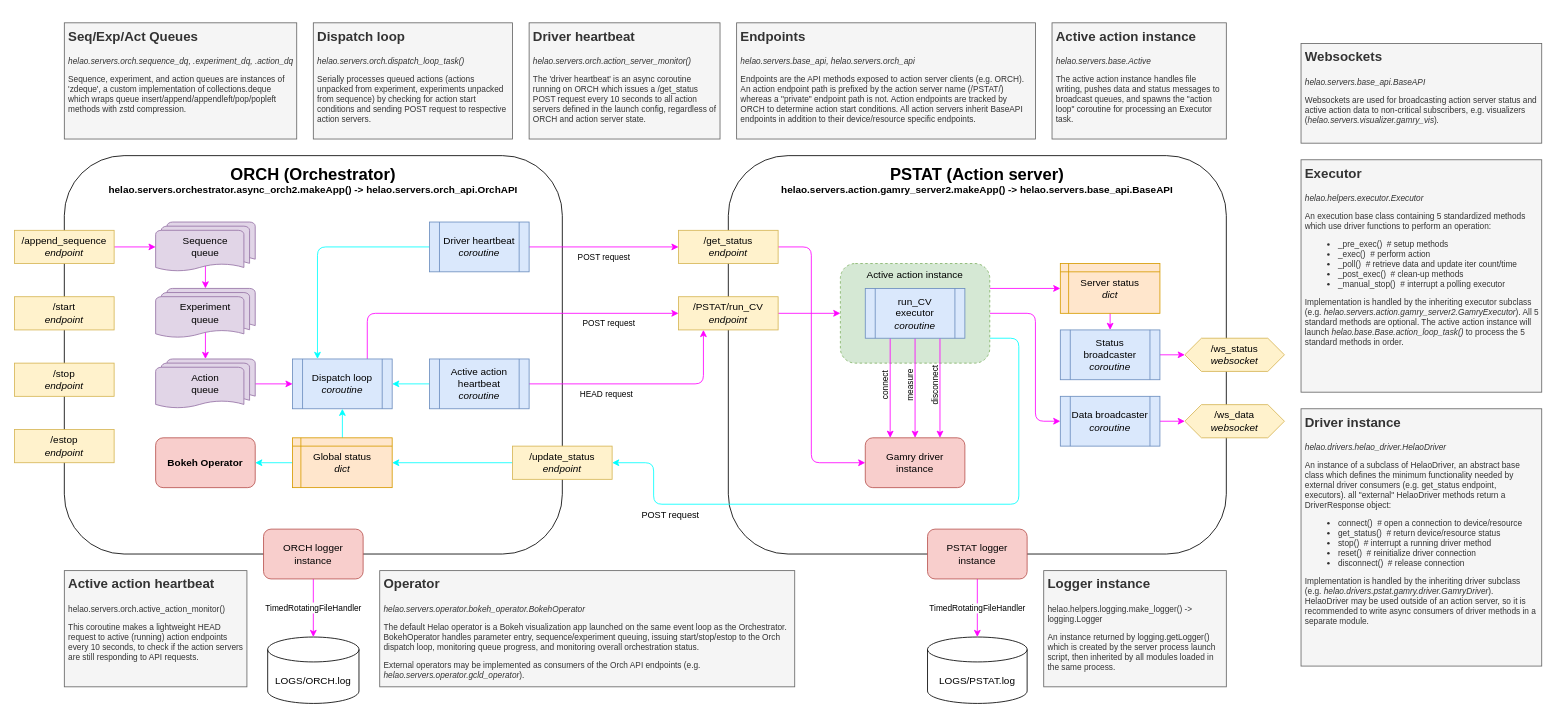
Before: helao/drivers/helao_driver.drawio in High-Throughput-Experimentation/helao-async, a draw.io diagram. Source tidied: cells renumbered, new cells numbered last; positions are measured from the earlier drawing's top-left corner, leaving out a move shared by most shapes. Both pictures are drawn from the tidied source at 83%, with x=0, y=0 at pixel (14, 22).
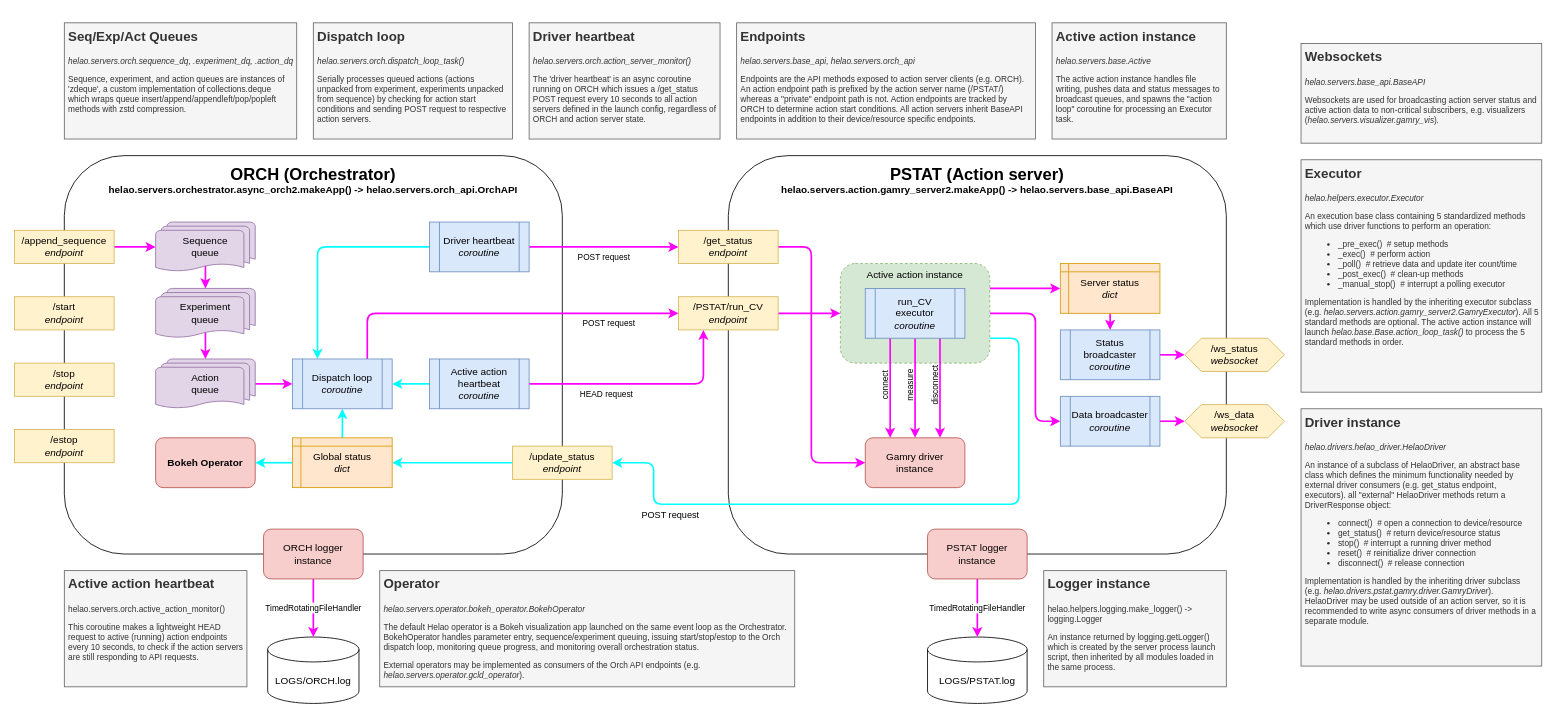
The same page after the edit.

Commit message:
chore: line size tweaks

Unchanged cells that the change refers to:
```xml
<mxCell id="8" value="Driver heartbeat&lt;br&gt;&lt;i&gt;coroutine&lt;/i&gt;" style="shape=process;whiteSpace=wrap;html=1;backgroundOutline=1;fillColor=#dae8fc;strokeColor=#6c8ebf;" parent="1" vertex="1">
  <mxGeometry x="500" y="240" width="120" height="60" as="geometry" />
</mxCell>
<mxCell id="10" value="Dispatch loop&lt;br&gt;&lt;i&gt;coroutine&lt;br&gt;&lt;/i&gt;" style="shape=process;whiteSpace=wrap;html=1;backgroundOutline=1;fillColor=#dae8fc;strokeColor=#6c8ebf;" parent="1" vertex="1">
  <mxGeometry x="335" y="405" width="120" height="60" as="geometry" />
</mxCell>
<mxCell id="12" value="Experiment&lt;br&gt;queue" style="strokeWidth=1;html=1;shape=mxgraph.flowchart.multi-document;whiteSpace=wrap;fillColor=#e1d5e7;strokeColor=#9673a6;" parent="1" vertex="1">
  <mxGeometry x="170" y="320" width="120" height="60" as="geometry" />
</mxCell>
<mxCell id="13" value="Gamry driver&lt;br&gt;instance" style="rounded=1;whiteSpace=wrap;html=1;strokeWidth=1;fillColor=#f8cecc;strokeColor=#b85450;" parent="1" vertex="1">
  <mxGeometry x="1025" y="500" width="120" height="60" as="geometry" />
</mxCell>
<mxCell id="17" value="Active action instance" style="rounded=1;whiteSpace=wrap;html=1;strokeWidth=1;verticalAlign=top;fillColor=#d5e8d4;strokeColor=#82b366;dashed=1;" parent="1" vertex="1">
  <mxGeometry x="995" y="290" width="180" height="120" as="geometry" />
</mxCell>
<mxCell id="21" value="run_CV&lt;br&gt;executor&lt;br&gt;&lt;i&gt;coroutine&lt;/i&gt;" style="shape=process;whiteSpace=wrap;html=1;backgroundOutline=1;strokeWidth=1;fillColor=#dae8fc;strokeColor=#6c8ebf;" parent="1" vertex="1">
  <mxGeometry x="1025" y="320" width="120" height="60" as="geometry" />
</mxCell>
<mxCell id="23" value="/PSTAT/run_CV&lt;br&gt;&lt;i&gt;endpoint&lt;/i&gt;" style="rounded=0;whiteSpace=wrap;html=1;strokeWidth=1;fillColor=#fff2cc;strokeColor=#d6b656;" parent="1" vertex="1">
  <mxGeometry x="800" y="330" width="120" height="40" as="geometry" />
</mxCell>
<mxCell id="25" value="/get_status&lt;br&gt;&lt;i&gt;endpoint&lt;/i&gt;" style="rounded=0;whiteSpace=wrap;html=1;strokeWidth=1;fillColor=#fff2cc;strokeColor=#d6b656;" parent="1" vertex="1">
  <mxGeometry x="800" y="250" width="120" height="40" as="geometry" />
</mxCell>
<mxCell id="28" value="Active action heartbeat&lt;br&gt;&lt;i&gt;coroutine&lt;/i&gt;" style="shape=process;whiteSpace=wrap;html=1;backgroundOutline=1;fillColor=#dae8fc;strokeColor=#6c8ebf;" parent="1" vertex="1">
  <mxGeometry x="500" y="405" width="120" height="60" as="geometry" />
</mxCell>
<mxCell id="29" value="LOGS/PSTAT.log" style="shape=cylinder3;whiteSpace=wrap;html=1;boundedLbl=1;backgroundOutline=1;size=15;strokeWidth=1;" parent="1" vertex="1">
  <mxGeometry x="1100" y="740" width="120" height="80" as="geometry" />
</mxCell>
<mxCell id="30" value="LOGS/ORCH.log" style="shape=cylinder3;whiteSpace=wrap;html=1;boundedLbl=1;backgroundOutline=1;size=15;strokeWidth=1;" parent="1" vertex="1">
  <mxGeometry x="305" y="740" width="110" height="80" as="geometry" />
</mxCell>
<mxCell id="32" value="PSTAT logger instance" style="rounded=1;whiteSpace=wrap;html=1;strokeWidth=1;fillColor=#f8cecc;strokeColor=#b85450;" parent="1" vertex="1">
  <mxGeometry x="1100" y="610" width="120" height="60" as="geometry" />
</mxCell>
<mxCell id="34" value="ORCH logger instance" style="rounded=1;whiteSpace=wrap;html=1;strokeWidth=1;fillColor=#f8cecc;strokeColor=#b85450;" parent="1" vertex="1">
  <mxGeometry x="300" y="610" width="120" height="60" as="geometry" />
</mxCell>
<mxCell id="44" value="Bokeh Operator&lt;i&gt;&lt;br&gt;&lt;span style=&quot;font-weight: normal;&quot;&gt;&lt;/span&gt;&lt;span style=&quot;font-weight: normal;&quot;&gt;&lt;/span&gt;&lt;/i&gt;" style="rounded=1;whiteSpace=wrap;html=1;fillColor=#f8cecc;strokeColor=#b85450;verticalAlign=middle;fontStyle=1;" parent="1" vertex="1">
  <mxGeometry x="170" y="500" width="120" height="60" as="geometry" />
</mxCell>
<mxCell id="47" value="/update_status&lt;br&gt;&lt;i&gt;endpoint&lt;/i&gt;" style="rounded=0;whiteSpace=wrap;html=1;strokeWidth=1;fillColor=#fff2cc;strokeColor=#d6b656;" parent="1" vertex="1">
  <mxGeometry x="600" y="510" width="120" height="40" as="geometry" />
</mxCell>
<mxCell id="49" value="Action&lt;br&gt;queue" style="strokeWidth=1;html=1;shape=mxgraph.flowchart.multi-document;whiteSpace=wrap;fillColor=#e1d5e7;strokeColor=#9673a6;" parent="1" vertex="1">
  <mxGeometry x="170" y="405" width="120" height="60" as="geometry" />
</mxCell>
<mxCell id="51" value="Sequence&lt;br&gt;queue" style="strokeWidth=1;html=1;shape=mxgraph.flowchart.multi-document;whiteSpace=wrap;fillColor=#e1d5e7;strokeColor=#9673a6;" parent="1" vertex="1">
  <mxGeometry x="170" y="240" width="120" height="60" as="geometry" />
</mxCell>
<mxCell id="53" value="/append_sequence&lt;br&gt;&lt;i&gt;endpoint&lt;/i&gt;" style="rounded=0;whiteSpace=wrap;html=1;strokeWidth=1;fillColor=#fff2cc;strokeColor=#d6b656;" parent="1" vertex="1">
  <mxGeometry y="250" width="120" height="40" as="geometry" />
</mxCell>
<mxCell id="59" value="Global status&lt;br&gt;&lt;i&gt;dict&lt;br&gt;&lt;/i&gt;" style="shape=internalStorage;whiteSpace=wrap;html=1;backgroundOutline=1;fontSize=12;dx=10;dy=10;fillColor=#ffe6cc;strokeColor=#d79b00;" parent="1" vertex="1">
  <mxGeometry x="335" y="500" width="120" height="60" as="geometry" />
</mxCell>
<mxCell id="61" value="Server status&lt;br&gt;&lt;i&gt;dict&lt;br&gt;&lt;/i&gt;" style="shape=internalStorage;whiteSpace=wrap;html=1;backgroundOutline=1;fontSize=12;dx=10;dy=10;fillColor=#ffe6cc;strokeColor=#d79b00;" parent="1" vertex="1">
  <mxGeometry x="1260" y="290" width="120" height="60" as="geometry" />
</mxCell>
<mxCell id="63" value="Status broadcaster&lt;br&gt;&lt;i&gt;coroutine&lt;/i&gt;" style="shape=process;whiteSpace=wrap;html=1;backgroundOutline=1;fillColor=#dae8fc;strokeColor=#6c8ebf;" parent="1" vertex="1">
  <mxGeometry x="1260" y="370" width="120" height="60" as="geometry" />
</mxCell>
<mxCell id="65" value="Data broadcaster&lt;br&gt;&lt;i&gt;coroutine&lt;/i&gt;" style="shape=process;whiteSpace=wrap;html=1;backgroundOutline=1;fillColor=#dae8fc;strokeColor=#6c8ebf;" parent="1" vertex="1">
  <mxGeometry x="1260" y="450" width="120" height="60" as="geometry" />
</mxCell>
<mxCell id="66" value="/ws_data&lt;br&gt;&lt;i&gt;websocket&lt;/i&gt;" style="shape=hexagon;perimeter=hexagonPerimeter2;whiteSpace=wrap;html=1;fixedSize=1;fontSize=12;fillColor=#fff2cc;strokeColor=#d6b656;" parent="1" vertex="1">
  <mxGeometry x="1410" y="460" width="120" height="40" as="geometry" />
</mxCell>
<mxCell id="67" value="/ws_status&lt;br&gt;&lt;i&gt;websocket&lt;/i&gt;" style="shape=hexagon;perimeter=hexagonPerimeter2;whiteSpace=wrap;html=1;fixedSize=1;fontSize=12;fillColor=#fff2cc;strokeColor=#d6b656;" parent="1" vertex="1">
  <mxGeometry x="1410" y="380" width="120" height="40" as="geometry" />
</mxCell>
```

Change to the diagram source:
```diff
@@
-    <mxCell id="6" value="POST request" style="edgeStyle=none;html=1;exitX=1;exitY=0.5;exitDx=0;exitDy=0;entryX=0;entryY=0.5;entryDx=0;entryDy=0;labelBackgroundColor=none;fontSize=10;verticalAlign=top;strokeColor=#FF00FF;" parent="1" edge="1" source="8" target="25">
+    <mxCell id="6" value="POST request" style="edgeStyle=none;html=1;exitX=1;exitY=0.5;exitDx=0;exitDy=0;entryX=0;entryY=0.5;entryDx=0;entryDy=0;labelBackgroundColor=none;fontSize=10;verticalAlign=top;strokeColor=#FF00FF;strokeWidth=2;" parent="1" edge="1" source="8" target="25">
       <mxGeometry relative="1" as="geometry" />
     </mxCell>
-    <mxCell id="7" style="edgeStyle=none;html=1;exitX=0;exitY=0.5;exitDx=0;exitDy=0;entryX=0.25;entryY=0;entryDx=0;entryDy=0;fontSize=12;strokeColor=#00FFFF;" parent="1" edge="1" source="8" target="10">
+    <mxCell id="7" style="edgeStyle=none;html=1;exitX=0;exitY=0.5;exitDx=0;exitDy=0;entryX=0.25;entryY=0;entryDx=0;entryDy=0;fontSize=12;strokeColor=#00FFFF;strokeWidth=2;" parent="1" edge="1" source="8" target="10">
       <mxGeometry relative="1" as="geometry">
         <Array as="points">
           <mxPoint x="365" y="270" />
         </Array>
       </mxGeometry>
     </mxCell>
@@
-    <mxCell id="9" value="POST request" style="edgeStyle=none;html=1;exitX=0.75;exitY=0;exitDx=0;exitDy=0;entryX=0;entryY=0.5;entryDx=0;entryDy=0;labelBackgroundColor=none;fontSize=10;verticalAlign=top;strokeColor=#FF00FF;" parent="1" edge="1" source="10" target="23">
+    <mxCell id="9" value="POST request" style="edgeStyle=none;html=1;exitX=0.75;exitY=0;exitDx=0;exitDy=0;entryX=0;entryY=0.5;entryDx=0;entryDy=0;labelBackgroundColor=none;fontSize=10;verticalAlign=top;strokeColor=#FF00FF;strokeWidth=2;" parent="1" edge="1" source="10" target="23">
       <mxGeometry x="0.61" relative="1" as="geometry">
         <Array as="points">
           <mxPoint x="425" y="350" />
         </Array>
       </mxGeometry>
     </mxCell>
@@
-    <mxCell id="11" style="edgeStyle=none;html=1;exitX=0.5;exitY=0.88;exitDx=0;exitDy=0;exitPerimeter=0;entryX=0.5;entryY=0;entryDx=0;entryDy=0;entryPerimeter=0;strokeColor=#FF00FF;" parent="1" edge="1" source="12" target="49">
+    <mxCell id="11" style="edgeStyle=none;html=1;exitX=0.5;exitY=0.88;exitDx=0;exitDy=0;exitPerimeter=0;entryX=0.5;entryY=0;entryDx=0;entryDy=0;entryPerimeter=0;strokeColor=#FF00FF;strokeWidth=2;" parent="1" edge="1" source="12" target="49">
       <mxGeometry relative="1" as="geometry" />
     </mxCell>
@@
-    <mxCell id="14" value="POST request" style="edgeStyle=none;html=1;exitX=1;exitY=0.75;exitDx=0;exitDy=0;entryX=1;entryY=0.5;entryDx=0;entryDy=0;verticalAlign=top;strokeColor=#00FFFF;" parent="1" edge="1" source="17" target="47">
+    <mxCell id="14" value="POST request" style="edgeStyle=none;html=1;exitX=1;exitY=0.75;exitDx=0;exitDy=0;entryX=1;entryY=0.5;entryDx=0;entryDy=0;verticalAlign=top;strokeColor=#00FFFF;strokeWidth=2;" parent="1" edge="1" source="17" target="47">
       <mxGeometry x="0.69" relative="1" as="geometry">
         <Array as="points">
           <mxPoint x="1210" y="380" />
           <mxPoint x="1210" y="580" />
           <mxPoint x="770" y="580" />
           <mxPoint x="770" y="530" />
         </Array>
       </mxGeometry>
     </mxCell>
-    <mxCell id="15" style="edgeStyle=none;html=1;exitX=1;exitY=0.25;exitDx=0;exitDy=0;fontSize=12;strokeColor=#FF00FF;" parent="1" edge="1" source="17" target="61">
+    <mxCell id="15" style="edgeStyle=none;html=1;exitX=1;exitY=0.25;exitDx=0;exitDy=0;fontSize=12;strokeColor=#FF00FF;strokeWidth=2;" parent="1" edge="1" source="17" target="61">
       <mxGeometry relative="1" as="geometry" />
     </mxCell>
-    <mxCell id="16" style="edgeStyle=none;html=1;exitX=1;exitY=0.5;exitDx=0;exitDy=0;entryX=0;entryY=0.5;entryDx=0;entryDy=0;fontSize=12;strokeColor=#FF00FF;" parent="1" edge="1" source="17" target="65">
+    <mxCell id="16" style="edgeStyle=none;html=1;exitX=1;exitY=0.5;exitDx=0;exitDy=0;entryX=0;entryY=0.5;entryDx=0;entryDy=0;fontSize=12;strokeColor=#FF00FF;strokeWidth=2;" parent="1" edge="1" source="17" target="65">
       <mxGeometry relative="1" as="geometry">
         <Array as="points">
           <mxPoint x="1230" y="350" />
           <mxPoint x="1230" y="480" />
         </Array>
       </mxGeometry>
     </mxCell>
@@
-    <mxCell id="18" value="connect" style="edgeStyle=none;html=1;exitX=0.25;exitY=1;exitDx=0;exitDy=0;entryX=0.25;entryY=0;entryDx=0;entryDy=0;labelBackgroundColor=none;fontSize=10;horizontal=0;verticalAlign=bottom;strokeColor=#FF00FF;" parent="1" edge="1" source="21" target="13">
+    <mxCell id="18" value="connect" style="edgeStyle=none;html=1;exitX=0.25;exitY=1;exitDx=0;exitDy=0;entryX=0.25;entryY=0;entryDx=0;entryDy=0;labelBackgroundColor=none;fontSize=10;horizontal=0;verticalAlign=bottom;strokeColor=#FF00FF;strokeWidth=2;" parent="1" edge="1" source="21" target="13">
       <mxGeometry relative="1" as="geometry" />
     </mxCell>
-    <mxCell id="19" value="measure" style="edgeStyle=none;html=1;exitX=0.5;exitY=1;exitDx=0;exitDy=0;entryX=0.5;entryY=0;entryDx=0;entryDy=0;labelBackgroundColor=none;fontSize=10;horizontal=0;verticalAlign=bottom;strokeColor=#FF00FF;" parent="1" edge="1" source="21" target="13">
+    <mxCell id="19" value="measure" style="edgeStyle=none;html=1;exitX=0.5;exitY=1;exitDx=0;exitDy=0;entryX=0.5;entryY=0;entryDx=0;entryDy=0;labelBackgroundColor=none;fontSize=10;horizontal=0;verticalAlign=bottom;strokeColor=#FF00FF;strokeWidth=2;" parent="1" edge="1" source="21" target="13">
       <mxGeometry relative="1" as="geometry" />
     </mxCell>
-    <mxCell id="20" value="disconnect" style="edgeStyle=none;html=1;exitX=0.75;exitY=1;exitDx=0;exitDy=0;entryX=0.75;entryY=0;entryDx=0;entryDy=0;labelBackgroundColor=none;fontSize=10;horizontal=0;verticalAlign=bottom;strokeColor=#FF00FF;" parent="1" edge="1" source="21" target="13">
+    <mxCell id="20" value="disconnect" style="edgeStyle=none;html=1;exitX=0.75;exitY=1;exitDx=0;exitDy=0;entryX=0.75;entryY=0;entryDx=0;entryDy=0;labelBackgroundColor=none;fontSize=10;horizontal=0;verticalAlign=bottom;strokeColor=#FF00FF;strokeWidth=2;" parent="1" edge="1" source="21" target="13">
       <mxGeometry relative="1" as="geometry" />
     </mxCell>
@@
-    <mxCell id="22" style="edgeStyle=none;html=1;exitX=1;exitY=0.5;exitDx=0;exitDy=0;labelBackgroundColor=none;fontSize=10;entryX=0;entryY=0.5;entryDx=0;entryDy=0;strokeColor=#FF00FF;" parent="1" edge="1" source="23" target="17">
+    <mxCell id="22" style="edgeStyle=none;html=1;exitX=1;exitY=0.5;exitDx=0;exitDy=0;labelBackgroundColor=none;fontSize=10;entryX=0;entryY=0.5;entryDx=0;entryDy=0;strokeColor=#FF00FF;strokeWidth=2;" parent="1" edge="1" source="23" target="17">
       <mxGeometry relative="1" as="geometry" />
     </mxCell>
@@
-    <mxCell id="24" style="edgeStyle=none;html=1;exitX=1;exitY=0.5;exitDx=0;exitDy=0;entryX=0;entryY=0.5;entryDx=0;entryDy=0;labelBackgroundColor=none;fontSize=10;strokeColor=#FF00FF;" parent="1" edge="1" source="25" target="13">
+    <mxCell id="24" style="edgeStyle=none;html=1;exitX=1;exitY=0.5;exitDx=0;exitDy=0;entryX=0;entryY=0.5;entryDx=0;entryDy=0;labelBackgroundColor=none;fontSize=10;strokeColor=#FF00FF;strokeWidth=2;" parent="1" edge="1" source="25" target="13">
       <mxGeometry relative="1" as="geometry">
         <Array as="points">
           <mxPoint x="960" y="270" />
           <mxPoint x="960" y="530" />
         </Array>
       </mxGeometry>
     </mxCell>
@@
-    <mxCell id="26" value="HEAD request" style="edgeStyle=none;html=1;exitX=1;exitY=0.5;exitDx=0;exitDy=0;entryX=0.25;entryY=1;entryDx=0;entryDy=0;labelBackgroundColor=none;fontSize=10;verticalAlign=top;strokeColor=#FF00FF;" parent="1" edge="1" source="28" target="23">
+    <mxCell id="26" value="HEAD request" style="edgeStyle=none;html=1;exitX=1;exitY=0.5;exitDx=0;exitDy=0;entryX=0.25;entryY=1;entryDx=0;entryDy=0;labelBackgroundColor=none;fontSize=10;verticalAlign=top;strokeColor=#FF00FF;strokeWidth=2;" parent="1" edge="1" source="28" target="23">
       <mxGeometry x="-0.32" relative="1" as="geometry">
         <Array as="points">
           <mxPoint x="830" y="435" />
         </Array>
       </mxGeometry>
     </mxCell>
-    <mxCell id="27" style="edgeStyle=none;html=1;exitX=0;exitY=0.5;exitDx=0;exitDy=0;fontSize=12;strokeColor=#00FFFF;" parent="1" edge="1" source="28" target="10">
+    <mxCell id="27" style="edgeStyle=none;html=1;exitX=0;exitY=0.5;exitDx=0;exitDy=0;fontSize=12;strokeColor=#00FFFF;strokeWidth=2;" parent="1" edge="1" source="28" target="10">
       <mxGeometry relative="1" as="geometry" />
     </mxCell>
@@
-    <mxCell id="31" value="TimedRotatingFileHandler" style="edgeStyle=none;html=1;exitX=0.5;exitY=1;exitDx=0;exitDy=0;entryX=0.5;entryY=0;entryDx=0;entryDy=0;entryPerimeter=0;labelBackgroundColor=default;fontSize=10;strokeColor=#FF00FF;" parent="1" edge="1" source="32" target="29">
+    <mxCell id="31" value="TimedRotatingFileHandler" style="edgeStyle=none;html=1;exitX=0.5;exitY=1;exitDx=0;exitDy=0;entryX=0.5;entryY=0;entryDx=0;entryDy=0;entryPerimeter=0;labelBackgroundColor=default;fontSize=10;strokeColor=#FF00FF;strokeWidth=2;" parent="1" edge="1" source="32" target="29">
       <mxGeometry relative="1" as="geometry" />
     </mxCell>
@@
-    <mxCell id="33" value="&lt;font style=&quot;font-size: 10px;&quot;&gt;TimedRotatingFileHandler&lt;/font&gt;" style="edgeStyle=none;html=1;exitX=0.5;exitY=1;exitDx=0;exitDy=0;entryX=0.5;entryY=0;entryDx=0;entryDy=0;entryPerimeter=0;strokeColor=#FF00FF;" parent="1" edge="1" source="34" target="30">
+    <mxCell id="33" value="&lt;font style=&quot;font-size: 10px;&quot;&gt;TimedRotatingFileHandler&lt;/font&gt;" style="edgeStyle=none;html=1;exitX=0.5;exitY=1;exitDx=0;exitDy=0;entryX=0.5;entryY=0;entryDx=0;entryDy=0;entryPerimeter=0;strokeColor=#FF00FF;strokeWidth=2;" parent="1" edge="1" source="34" target="30">
       <mxGeometry relative="1" as="geometry" />
     </mxCell>
@@
-    <mxCell id="46" style="edgeStyle=none;html=1;exitX=0;exitY=0.5;exitDx=0;exitDy=0;entryX=1;entryY=0.5;entryDx=0;entryDy=0;fontSize=12;strokeColor=#00FFFF;" parent="1" edge="1" source="47" target="59">
+    <mxCell id="46" style="edgeStyle=none;html=1;exitX=0;exitY=0.5;exitDx=0;exitDy=0;entryX=1;entryY=0.5;entryDx=0;entryDy=0;fontSize=12;strokeColor=#00FFFF;strokeWidth=2;" parent="1" edge="1" source="47" target="59">
       <mxGeometry relative="1" as="geometry" />
     </mxCell>
@@
-    <mxCell id="48" style="edgeStyle=none;html=1;exitX=1;exitY=0.5;exitDx=0;exitDy=0;exitPerimeter=0;entryX=0;entryY=0.5;entryDx=0;entryDy=0;strokeColor=#FF00FF;" parent="1" edge="1" source="49" target="10">
+    <mxCell id="48" style="edgeStyle=none;html=1;exitX=1;exitY=0.5;exitDx=0;exitDy=0;exitPerimeter=0;entryX=0;entryY=0.5;entryDx=0;entryDy=0;strokeColor=#FF00FF;strokeWidth=2;" parent="1" edge="1" source="49" target="10">
       <mxGeometry relative="1" as="geometry" />
     </mxCell>
@@
-    <mxCell id="50" style="edgeStyle=none;html=1;exitX=0.5;exitY=0.88;exitDx=0;exitDy=0;exitPerimeter=0;entryX=0.5;entryY=0;entryDx=0;entryDy=0;entryPerimeter=0;strokeColor=#FF00FF;" parent="1" edge="1" source="51" target="12">
+    <mxCell id="50" style="edgeStyle=none;html=1;exitX=0.5;exitY=0.88;exitDx=0;exitDy=0;exitPerimeter=0;entryX=0.5;entryY=0;entryDx=0;entryDy=0;entryPerimeter=0;strokeColor=#FF00FF;strokeWidth=2;" parent="1" edge="1" source="51" target="12">
       <mxGeometry relative="1" as="geometry" />
     </mxCell>
@@
-    <mxCell id="52" style="edgeStyle=none;html=1;exitX=1;exitY=0.5;exitDx=0;exitDy=0;entryX=0;entryY=0.5;entryDx=0;entryDy=0;entryPerimeter=0;strokeColor=#FF00FF;" parent="1" edge="1" source="53" target="51">
+    <mxCell id="52" style="edgeStyle=none;html=1;exitX=1;exitY=0.5;exitDx=0;exitDy=0;entryX=0;entryY=0.5;entryDx=0;entryDy=0;entryPerimeter=0;strokeColor=#FF00FF;strokeWidth=2;" parent="1" edge="1" source="53" target="51">
       <mxGeometry relative="1" as="geometry" />
     </mxCell>
@@
-    <mxCell id="57" style="edgeStyle=none;html=1;exitX=0.5;exitY=0;exitDx=0;exitDy=0;fontSize=12;strokeColor=#00FFFF;" parent="1" edge="1" source="59" target="10">
+    <mxCell id="57" style="edgeStyle=none;html=1;exitX=0.5;exitY=0;exitDx=0;exitDy=0;fontSize=12;strokeColor=#00FFFF;strokeWidth=2;" parent="1" edge="1" source="59" target="10">
       <mxGeometry relative="1" as="geometry" />
     </mxCell>
-    <mxCell id="58" style="edgeStyle=none;html=1;exitX=0;exitY=0.5;exitDx=0;exitDy=0;strokeColor=#00FFFF;fontSize=12;" parent="1" edge="1" source="59" target="44">
+    <mxCell id="58" style="edgeStyle=none;html=1;exitX=0;exitY=0.5;exitDx=0;exitDy=0;strokeColor=#00FFFF;fontSize=12;strokeWidth=2;" parent="1" edge="1" source="59" target="44">
       <mxGeometry relative="1" as="geometry" />
     </mxCell>
@@
-    <mxCell id="60" style="edgeStyle=none;html=1;exitX=0.5;exitY=1;exitDx=0;exitDy=0;entryX=0.5;entryY=0;entryDx=0;entryDy=0;fontSize=12;strokeColor=#FF00FF;" parent="1" edge="1" source="61" target="63">
+    <mxCell id="60" style="edgeStyle=none;html=1;exitX=0.5;exitY=1;exitDx=0;exitDy=0;entryX=0.5;entryY=0;entryDx=0;entryDy=0;fontSize=12;strokeColor=#FF00FF;strokeWidth=2;" parent="1" edge="1" source="61" target="63">
       <mxGeometry relative="1" as="geometry" />
     </mxCell>
@@
-    <mxCell id="62" style="edgeStyle=none;html=1;exitX=1;exitY=0.5;exitDx=0;exitDy=0;fontSize=12;strokeColor=#FF00FF;" parent="1" edge="1" source="63" target="67">
+    <mxCell id="62" style="edgeStyle=none;html=1;exitX=1;exitY=0.5;exitDx=0;exitDy=0;fontSize=12;strokeColor=#FF00FF;strokeWidth=2;" parent="1" edge="1" source="63" target="67">
       <mxGeometry relative="1" as="geometry" />
     </mxCell>
@@
-    <mxCell id="64" style="edgeStyle=none;html=1;exitX=1;exitY=0.5;exitDx=0;exitDy=0;entryX=0;entryY=0.5;entryDx=0;entryDy=0;fontSize=12;strokeColor=#FF00FF;" parent="1" edge="1" source="65" target="66">
+    <mxCell id="64" style="edgeStyle=none;html=1;exitX=1;exitY=0.5;exitDx=0;exitDy=0;entryX=0;entryY=0.5;entryDx=0;entryDy=0;fontSize=12;strokeColor=#FF00FF;strokeWidth=2;" parent="1" edge="1" source="65" target="66">
       <mxGeometry relative="1" as="geometry" />
     </mxCell>
```
